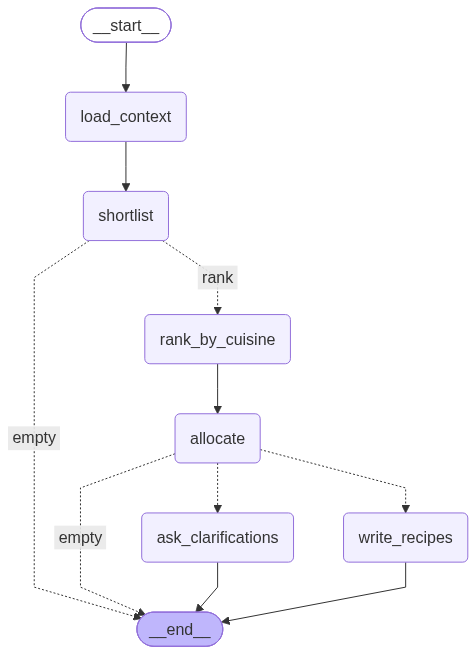
This is docs/planner_graph.png from nishantshekhar1/daily-meal, a Mermaid export, as it was before one commit. Its source is kept beside it as docs/planner_graph.mmd.
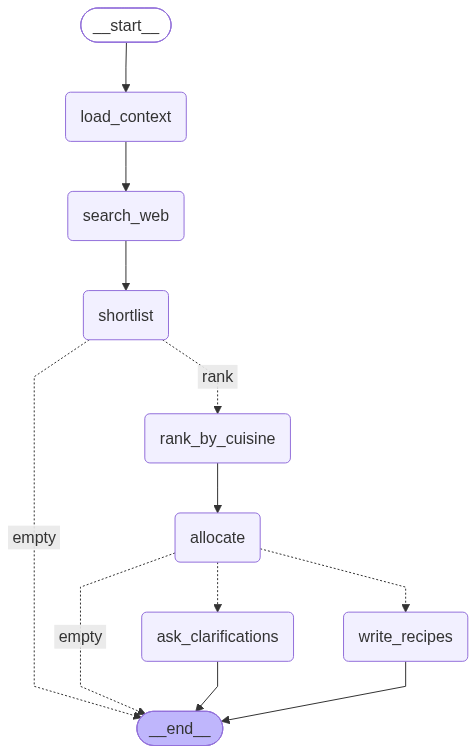
Later version of the same file.

The edit, as a diff of the source:
```diff
@@ -6,6 +6,7 @@
 graph TD;
 	__start__([<p>__start__</p>]):::first
 	load_context(load_context)
+	search_web(search_web)
 	shortlist(shortlist)
 	rank_by_cuisine(rank_by_cuisine)
 	allocate(allocate)
@@ -16,8 +17,9 @@
 	allocate -. &nbsp;empty&nbsp; .-> __end__;
 	allocate -.-> ask_clarifications;
 	allocate -.-> write_recipes;
-	load_context --> shortlist;
+	load_context --> search_web;
 	rank_by_cuisine --> allocate;
+	search_web --> shortlist;
 	shortlist -. &nbsp;empty&nbsp; .-> __end__;
 	shortlist -. &nbsp;rank&nbsp; .-> rank_by_cuisine;
 	ask_clarifications --> __end__;
```
